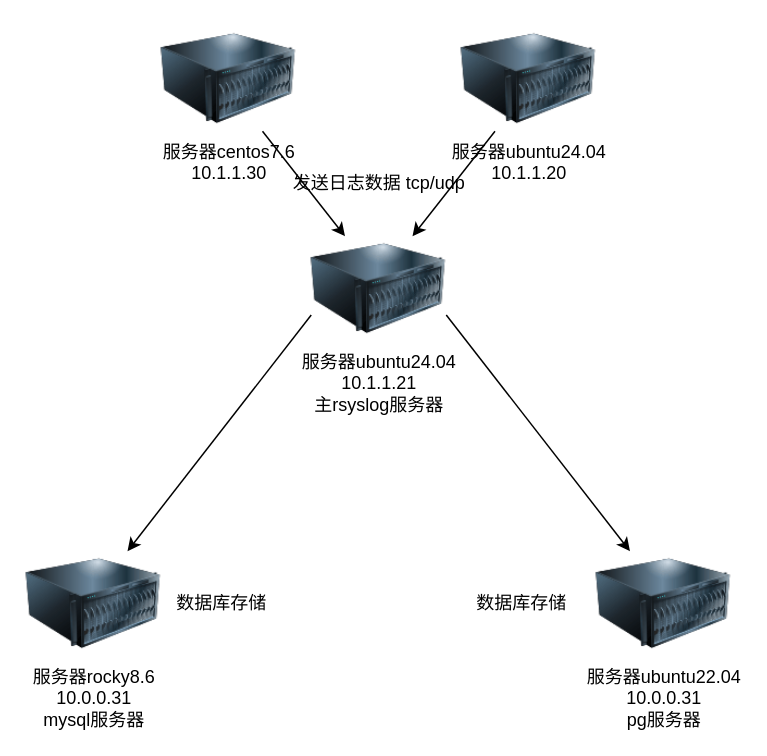
The draw.io diagram 流程图/rsyslog多端保存.drawio in xiecheesejohn/drawio, before the edit. Source tidied: cells renumbered, new cells numbered last; positions are measured from the earlier drawing's top-left corner, leaving out a move shared by most shapes. Both pictures are drawn from the tidied source at 150%, with x=0, y=0 at pixel (26, 26).
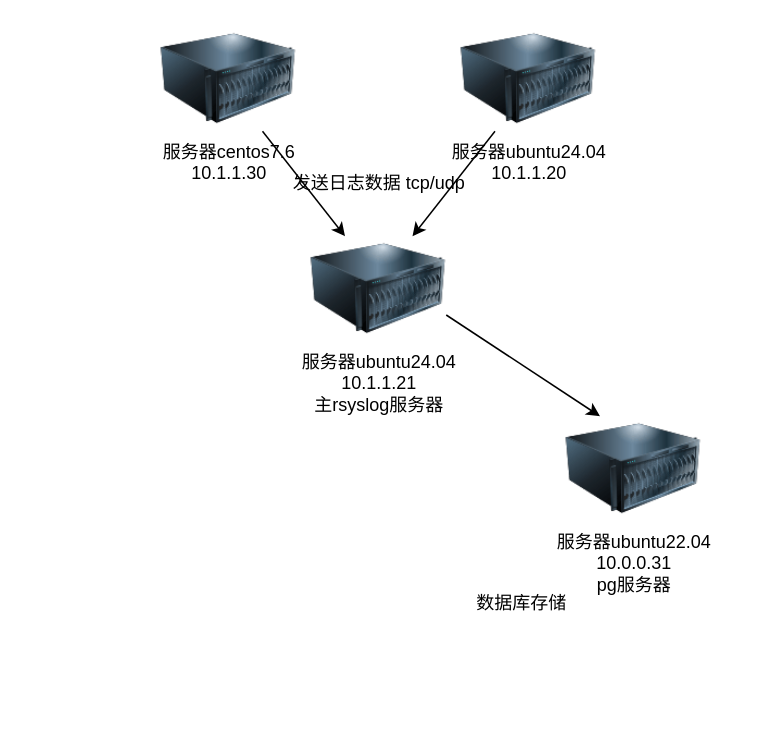
Above is the later version.

Commit message:
更新rsyslog多端保存.drawio

Diff of the diagram source:
```diff
@@
 <mxGraphModel>
   <root>
     <mxCell id="0" />
     <mxCell id="1" parent="0" />
     <mxCell id="2" value="服务器ubuntu24.04&lt;br&gt;10.1.1.20" style="image;html=1;image=img/lib/clip_art/computers/Server_128x128.png;" parent="1" vertex="1">
       <mxGeometry x="290" width="90" height="70" as="geometry" />
     </mxCell>
     <mxCell id="3" value="服务器centos7.6&lt;br&gt;10.1.1.30" style="image;html=1;image=img/lib/clip_art/computers/Server_128x128.png;" parent="1" vertex="1">
       <mxGeometry x="90" width="90" height="70" as="geometry" />
     </mxCell>
     <mxCell id="4" value="服务器ubuntu24.04&lt;br&gt;10.1.1.21&lt;div&gt;主rsyslog服务器&lt;/div&gt;" style="image;html=1;image=img/lib/clip_art/computers/Server_128x128.png;" parent="1" vertex="1">
       <mxGeometry x="190" y="140" width="90" height="70" as="geometry" />
     </mxCell>
-    <mxCell id="5" value="服务器rocky8.6&lt;br&gt;10.0.0.31&lt;div&gt;mysql服务器&lt;/div&gt;" style="image;html=1;image=img/lib/clip_art/computers/Server_128x128.png;" parent="1" vertex="1">
-      <mxGeometry y="350" width="90" height="70" as="geometry" />
-    </mxCell>
     <mxCell id="6" value="服务器ubuntu22.04&lt;br&gt;10.0.0.31&lt;div&gt;pg服务器&lt;/div&gt;" style="image;html=1;image=img/lib/clip_art/computers/Server_128x128.png;" parent="1" vertex="1">
-      <mxGeometry x="380" y="350" width="90" height="70" as="geometry" />
+      <mxGeometry x="360" y="260" width="90" height="70" as="geometry" />
     </mxCell>
     <mxCell id="7" style="endArrow=classic;html=1;rounded=0;entryX=0.25;entryY=0;entryDx=0;entryDy=0;exitX=0.75;exitY=1;exitDx=0;exitDy=0;" parent="1" edge="1" source="3" target="4">
       <mxGeometry relative="1" as="geometry" />
     </mxCell>
     <mxCell id="8" style="endArrow=classic;html=1;rounded=0;entryX=0.75;entryY=0;entryDx=0;entryDy=0;exitX=0.25;exitY=1;exitDx=0;exitDy=0;" parent="1" edge="1" source="2" target="4">
       <mxGeometry relative="1" as="geometry" />
     </mxCell>
     <mxCell id="9" value="发送日志数据 tcp/udp" style="text;html=1;align=center;verticalAlign=middle;strokeColor=none;fillColor=none;" parent="1" vertex="1">
       <mxGeometry x="165" y="90" width="140" height="30" as="geometry" />
     </mxCell>
     <mxCell id="10" style="endArrow=classic;html=1;rounded=0;entryX=0.25;entryY=0;entryDx=0;entryDy=0;exitX=1;exitY=0.75;exitDx=0;exitDy=0;" parent="1" edge="1" source="4" target="6">
       <mxGeometry relative="1" as="geometry" />
     </mxCell>
-    <mxCell id="11" style="endArrow=classic;html=1;rounded=0;entryX=0.75;entryY=0;entryDx=0;entryDy=0;exitX=0;exitY=0.75;exitDx=0;exitDy=0;" parent="1" edge="1" source="4" target="5">
-      <mxGeometry relative="1" as="geometry" />
-    </mxCell>
-    <mxCell id="12" value="数据库存储" style="text;html=1;align=center;verticalAlign=middle;strokeColor=none;fillColor=none;" parent="1" vertex="1">
-      <mxGeometry x="90" y="370" width="80" height="30" as="geometry" />
-    </mxCell>
     <mxCell id="13" value="数据库存储" style="text;html=1;align=center;verticalAlign=middle;strokeColor=none;fillColor=none;" parent="1" vertex="1">
       <mxGeometry x="290" y="370" width="80" height="30" as="geometry" />
     </mxCell>
   </root>
 </mxGraphModel>
```
